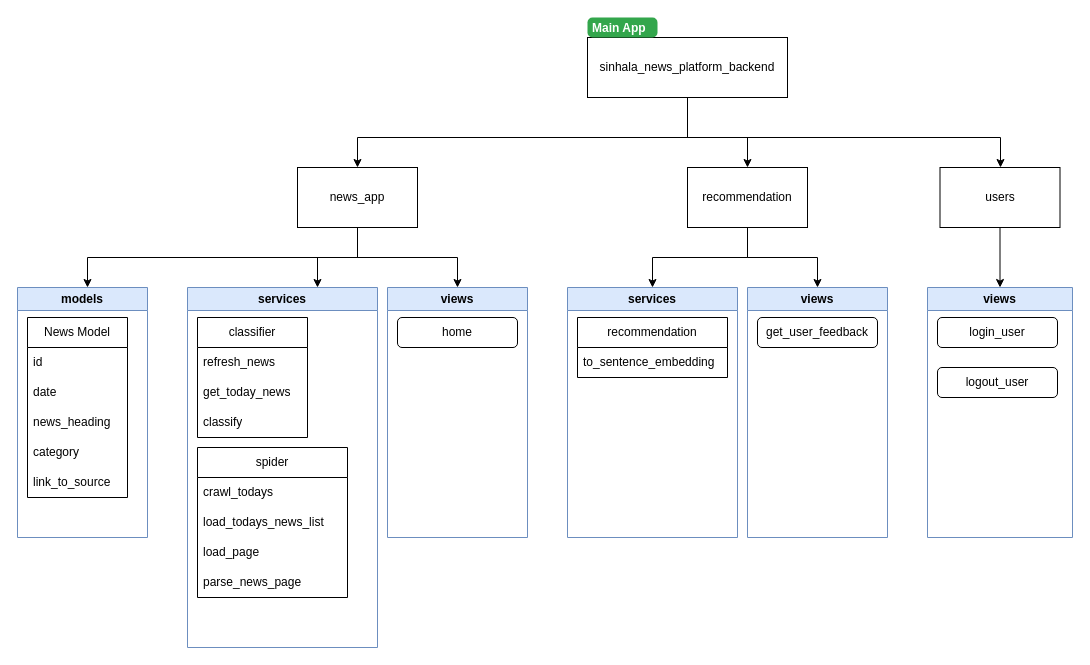
Before: docs/app_structure.drawio in n256Coding/sinhala-news-platform, a draw.io diagram. Source tidied: cells renumbered, new cells numbered last; positions are measured from the earlier drawing's top-left corner, leaving out a move shared by most shapes. Both pictures are drawn from the tidied source at 100%, with x=0, y=0 at pixel (17, 17).
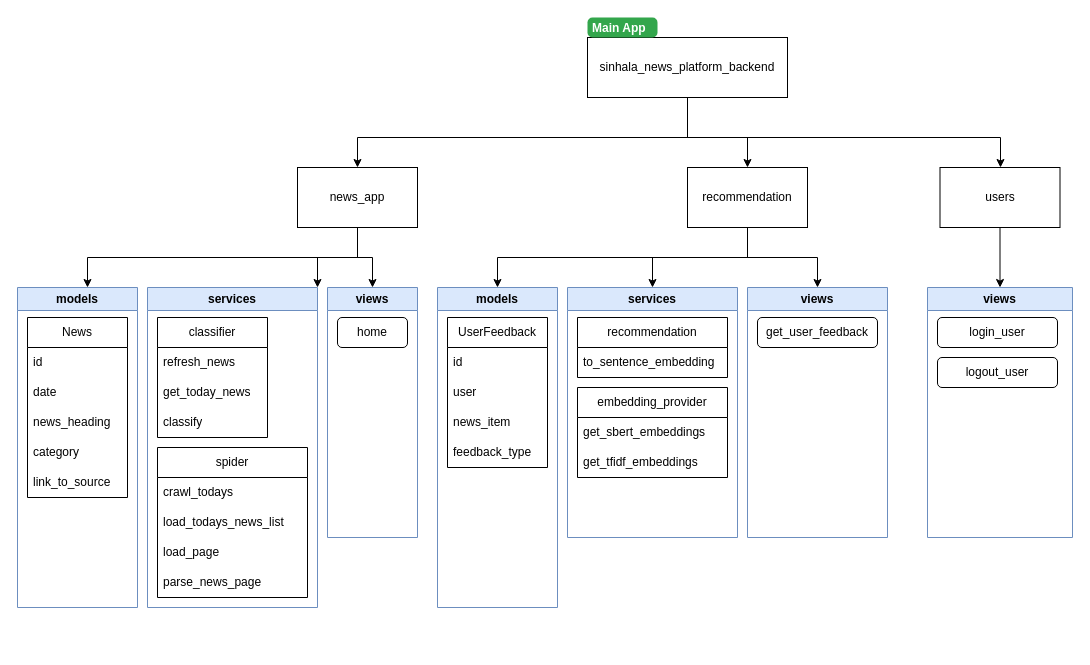
The same page after the edit.

Unchanged cells that the change refers to:
```xml
<mxCell id="5" value="news_app" style="rounded=0;whiteSpace=wrap;html=1;" parent="1" vertex="1">
  <mxGeometry x="280" y="150" width="120" height="60" as="geometry" />
</mxCell>
<mxCell id="27" value="recommendation" style="rounded=0;whiteSpace=wrap;html=1;" parent="1" vertex="1">
  <mxGeometry x="670" y="150" width="120" height="60" as="geometry" />
</mxCell>
<mxCell id="28" value="services" style="swimlane;whiteSpace=wrap;html=1;fillColor=#dae8fc;strokeColor=#6c8ebf;" parent="1" vertex="1">
  <mxGeometry x="550" y="270" width="170" height="250" as="geometry" />
</mxCell>
<mxCell id="40" value="views" style="swimlane;whiteSpace=wrap;html=1;fillColor=#dae8fc;strokeColor=#6c8ebf;" parent="1" vertex="1">
  <mxGeometry x="910" y="270" width="145" height="250" as="geometry" />
</mxCell>
```

The edit, as a diff of the source:
```diff
@@
     <mxCell id="4" style="edgeStyle=orthogonalEdgeStyle;rounded=0;html=1;fontSize=12;" parent="1" edge="1" source="5" target="16">
       <mxGeometry relative="1" as="geometry">
         <Array as="points">
           <mxPoint x="340" y="240" />
-          <mxPoint x="440" y="240" />
+          <mxPoint x="355" y="240" />
         </Array>
       </mxGeometry>
     </mxCell>
@@
     <mxCell id="6" value="services" style="swimlane;whiteSpace=wrap;html=1;fillColor=#dae8fc;strokeColor=#6c8ebf;" parent="1" vertex="1">
-      <mxGeometry x="170" y="270" width="190" height="360" as="geometry" />
+      <mxGeometry x="130" y="270" width="170" height="320" as="geometry" />
     </mxCell>
@@
     <mxCell id="16" value="views" style="swimlane;whiteSpace=wrap;html=1;fillColor=#dae8fc;strokeColor=#6c8ebf;" parent="1" vertex="1">
-      <mxGeometry x="370" y="270" width="140" height="250" as="geometry" />
+      <mxGeometry x="310" y="270" width="90" height="250" as="geometry" />
     </mxCell>
     <mxCell id="17" value="home" style="rounded=1;whiteSpace=wrap;html=1;fontSize=12;" parent="16" vertex="1">
-      <mxGeometry x="10" y="30" width="120" height="30" as="geometry" />
+      <mxGeometry x="10" y="30" width="70" height="30" as="geometry" />
     </mxCell>
     <mxCell id="18" value="models" style="swimlane;whiteSpace=wrap;html=1;fontSize=12;fillColor=#dae8fc;strokeColor=#6c8ebf;" parent="1" vertex="1">
-      <mxGeometry y="270" width="130" height="250" as="geometry" />
+      <mxGeometry y="270" width="120" height="320" as="geometry" />
     </mxCell>
-    <mxCell id="19" value="News Model" style="swimlane;fontStyle=0;horizontal=1;startSize=30;whiteSpace=wrap;html=1;" parent="18" vertex="1">
+    <mxCell id="19" value="News" style="swimlane;fontStyle=0;horizontal=1;startSize=30;whiteSpace=wrap;html=1;" parent="18" vertex="1">
       <mxGeometry x="10" y="30" width="100" height="180" as="geometry" />
     </mxCell>
@@
+    <mxCell id="44" style="edgeStyle=orthogonalEdgeStyle;rounded=0;jettySize=auto;html=1;" parent="1" edge="1" source="27" target="48">
+      <mxGeometry relative="1" as="geometry">
+        <Array as="points">
+          <mxPoint x="730" y="240" />
+          <mxPoint x="480" y="240" />
+        </Array>
+      </mxGeometry>
+    </mxCell>
@@
+    <mxCell id="45" value="embedding_provider" style="swimlane;fontStyle=0;horizontal=1;startSize=30;whiteSpace=wrap;html=1;" parent="28" vertex="1">
+      <mxGeometry x="10" y="100" width="150" height="90" as="geometry" />
+    </mxCell>
+    <mxCell id="46" value="get_sbert_embeddings" style="text;strokeColor=none;fillColor=none;align=left;verticalAlign=middle;spacingLeft=4;spacingRight=4;overflow=hidden;whiteSpace=wrap;html=1;" parent="45" vertex="1">
+      <mxGeometry y="30" width="150" height="30" as="geometry" />
+    </mxCell>
+    <mxCell id="47" value="get_tfidf_embeddings" style="text;strokeColor=none;fillColor=none;align=left;verticalAlign=middle;spacingLeft=4;spacingRight=4;overflow=hidden;whiteSpace=wrap;html=1;" parent="45" vertex="1">
+      <mxGeometry y="60" width="150" height="30" as="geometry" />
+    </mxCell>
@@
     <mxCell id="42" value="&lt;div style=&quot;line-height: 17px;&quot;&gt;logout_user&lt;/div&gt;" style="rounded=1;whiteSpace=wrap;html=1;fontSize=12;" parent="40" vertex="1">
-      <mxGeometry x="10" y="80" width="120" height="30" as="geometry" />
+      <mxGeometry x="10" y="70" width="120" height="30" as="geometry" />
     </mxCell>
@@
+    <mxCell id="48" value="models" style="swimlane;whiteSpace=wrap;html=1;fontSize=12;fillColor=#dae8fc;strokeColor=#6c8ebf;" parent="1" vertex="1">
+      <mxGeometry x="420" y="270" width="120" height="320" as="geometry" />
+    </mxCell>
+    <mxCell id="49" value="UserFeedback" style="swimlane;fontStyle=0;horizontal=1;startSize=30;whiteSpace=wrap;html=1;" parent="48" vertex="1">
+      <mxGeometry x="10" y="30" width="100" height="150" as="geometry" />
+    </mxCell>
+    <mxCell id="50" value="id" style="text;strokeColor=none;fillColor=none;align=left;verticalAlign=middle;spacingLeft=4;spacingRight=4;overflow=hidden;whiteSpace=wrap;html=1;" parent="49" vertex="1">
+      <mxGeometry y="30" width="100" height="30" as="geometry" />
+    </mxCell>
+    <mxCell id="51" value="user" style="text;strokeColor=none;fillColor=none;align=left;verticalAlign=middle;spacingLeft=4;spacingRight=4;overflow=hidden;whiteSpace=wrap;html=1;" parent="49" vertex="1">
+      <mxGeometry y="60" width="100" height="30" as="geometry" />
+    </mxCell>
+    <mxCell id="52" value="news_item" style="text;strokeColor=none;fillColor=none;align=left;verticalAlign=middle;spacingLeft=4;spacingRight=4;overflow=hidden;whiteSpace=wrap;html=1;" parent="49" vertex="1">
+      <mxGeometry y="90" width="100" height="30" as="geometry" />
+    </mxCell>
+    <mxCell id="53" value="feedback_type" style="text;strokeColor=none;fillColor=none;align=left;verticalAlign=middle;spacingLeft=4;spacingRight=4;overflow=hidden;whiteSpace=wrap;html=1;" parent="49" vertex="1">
+      <mxGeometry y="120" width="100" height="30" as="geometry" />
+    </mxCell>
```
